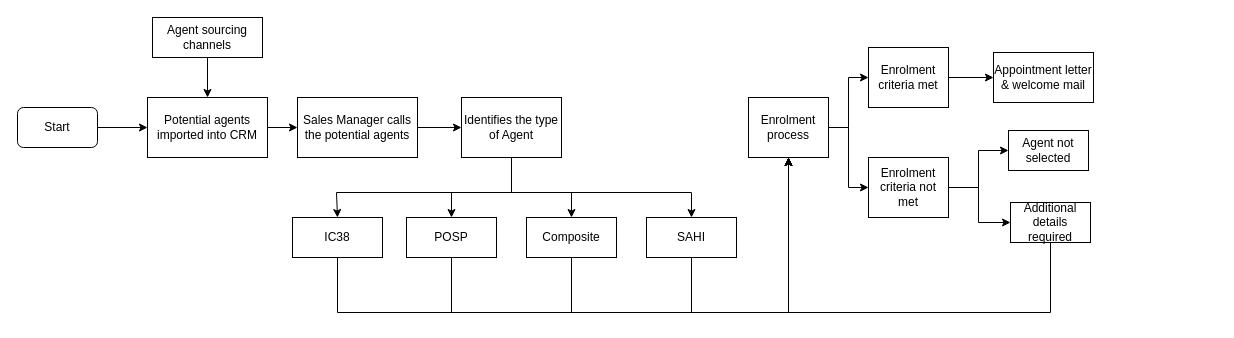
The draw.io diagram Agent Onboarding.drawio in shaileshsreedar/Galaxy, before the edit. Source tidied: cells renumbered, new cells numbered last; positions are measured from the earlier drawing's top-left corner, leaving out a move shared by most shapes. Both pictures are drawn from the tidied source at 100%, with x=0, y=0 at pixel (17, 17).
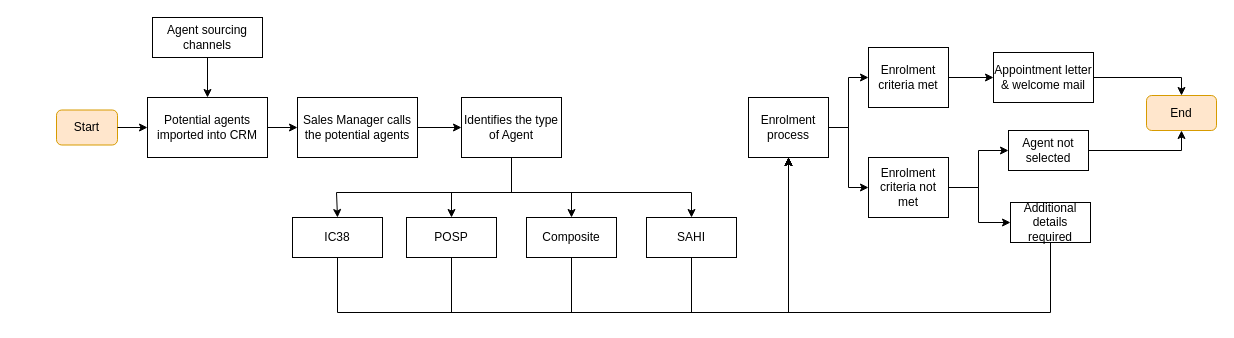
Above is the later version.

Unchanged cells that the change refers to:
```xml
<mxCell id="18" value="Appointment letter &amp;amp; welcome mail" style="rounded=0;whiteSpace=wrap;html=1;" parent="1" vertex="1">
  <mxGeometry x="976" y="35" width="100" height="50" as="geometry" />
</mxCell>
<mxCell id="19" value="Agent not selected" style="rounded=0;whiteSpace=wrap;html=1;" parent="1" vertex="1">
  <mxGeometry x="991" y="113" width="80" height="40" as="geometry" />
</mxCell>
```

Change to the diagram source:
```diff
@@
-    <mxCell id="3" value="Start" style="rounded=1;whiteSpace=wrap;html=1;" parent="1" vertex="1">
-      <mxGeometry y="90" width="80" height="40" as="geometry" />
+    <mxCell id="3" value="Start" style="rounded=1;whiteSpace=wrap;html=1;fillColor=#ffe6cc;strokeColor=#d79b00;" parent="1" vertex="1">
+      <mxGeometry x="39" y="92.5" width="61" height="35" as="geometry" />
     </mxCell>
@@
+    <mxCell id="35" value="End" style="rounded=1;whiteSpace=wrap;html=1;fillColor=#ffe6cc;strokeColor=#d79b00;" parent="1" vertex="1">
+      <mxGeometry x="1129" y="78" width="70" height="35" as="geometry" />
+    </mxCell>
+    <mxCell id="36" style="endArrow=classic;html=1;rounded=0;exitX=1;exitY=0.5;exitDx=0;exitDy=0;entryX=0.5;entryY=1;entryDx=0;entryDy=0;" parent="1" edge="1" source="19" target="35">
+      <mxGeometry relative="1" as="geometry">
+        <Array as="points">
+          <mxPoint x="1164" y="133" />
+        </Array>
+      </mxGeometry>
+    </mxCell>
+    <mxCell id="37" style="endArrow=classic;html=1;rounded=0;exitX=1;exitY=0.5;exitDx=0;exitDy=0;entryX=0.5;entryY=0;entryDx=0;entryDy=0;" parent="1" edge="1" source="18" target="35">
+      <mxGeometry relative="1" as="geometry">
+        <Array as="points">
+          <mxPoint x="1164" y="60" />
+        </Array>
+      </mxGeometry>
+    </mxCell>
```
